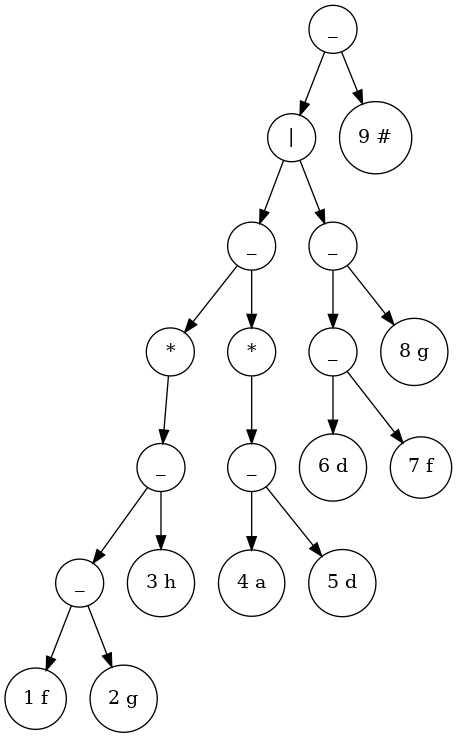
This is tree_output/tree_output.png from x6x4/LAB2_URGENCY, a Graphviz export, as it was before one commit. Its source is kept beside it as tree_output/tree_output.dot.
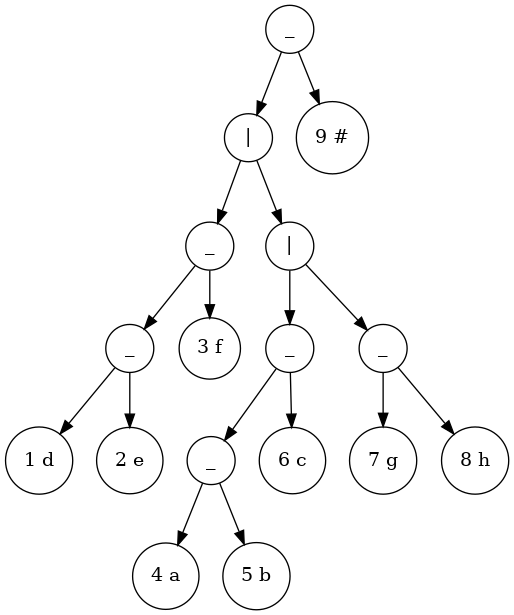
The same diagram one commit later.

What changed in the source:
```diff
@@ -1,40 +1,36 @@
 digraph Tree {
 node [shape=circle];
-93826611210512 [label="_"];
-93826611210512 -> 93826611210304;
-93826611210304 [label="|"];
-93826611210304 -> 93826611210016;
-93826611210016 [label="_"];
-93826611210016 -> 93826611209552;
-93826611209552 [label="*"];
-93826611209552 -> 93826611209504;
-93826611209504 [label="_"];
-93826611209504 -> 93826611209296;
-93826611209296 [label="_"];
-93826611209296 -> 93826611208944;
-93826611208944 [label="1 f"];
-93826611209296 -> 93826611209136;
-93826611209136 [label="2 g"];
-93826611209504 -> 93826611209344;
-93826611209344 [label="3 h"];
-93826611210016 -> 93826611209968;
-93826611209968 [label="*"];
-93826611209968 -> 93826611209920;
-93826611209920 [label="_"];
-93826611209920 -> 93826611209600;
-93826611209600 [label="4 a"];
-93826611209920 -> 93826611209760;
-93826611209760 [label="5 d"];
-93826611210304 -> 93826611210256;
-93826611210256 [label="_"];
-93826611210256 -> 93826611210160;
-93826611210160 [label="_"];
-93826611210160 -> 93826611210064;
-93826611210064 [label="6 d"];
-93826611210160 -> 93826611210112;
-93826611210112 [label="7 f"];
-93826611210256 -> 93826611210208;
-93826611210208 [label="8 g"];
-93826611210512 -> 93826611210352;
-93826611210352 [label="9 #"];
+94049953454544 [label="_"];
+94049953454544 -> 94049953454336;
+94049953454336 [label="|"];
+94049953454336 -> 94049953453296;
+94049953453296 [label="_"];
+94049953453296 -> 94049953453088;
+94049953453088 [label="_"];
+94049953453088 -> 94049953452736;
+94049953452736 [label="1 d"];
+94049953453088 -> 94049953452928;
+94049953452928 [label="2 e"];
+94049953453296 -> 94049953453136;
+94049953453136 [label="3 f"];
+94049953454336 -> 94049953454288;
+94049953454288 [label="|"];
+94049953454288 -> 94049953453872;
+94049953453872 [label="_"];
+94049953453872 -> 94049953453664;
+94049953453664 [label="_"];
+94049953453664 -> 94049953453344;
+94049953453344 [label="4 a"];
+94049953453664 -> 94049953453504;
+94049953453504 [label="5 b"];
+94049953453872 -> 94049953453712;
+94049953453712 [label="6 c"];
+94049953454288 -> 94049953454240;
+94049953454240 [label="_"];
+94049953454240 -> 94049953453920;
+94049953453920 [label="7 g"];
+94049953454240 -> 94049953454080;
+94049953454080 [label="8 h"];
+94049953454544 -> 94049953454384;
+94049953454384 [label="9 #"];
 }
```
